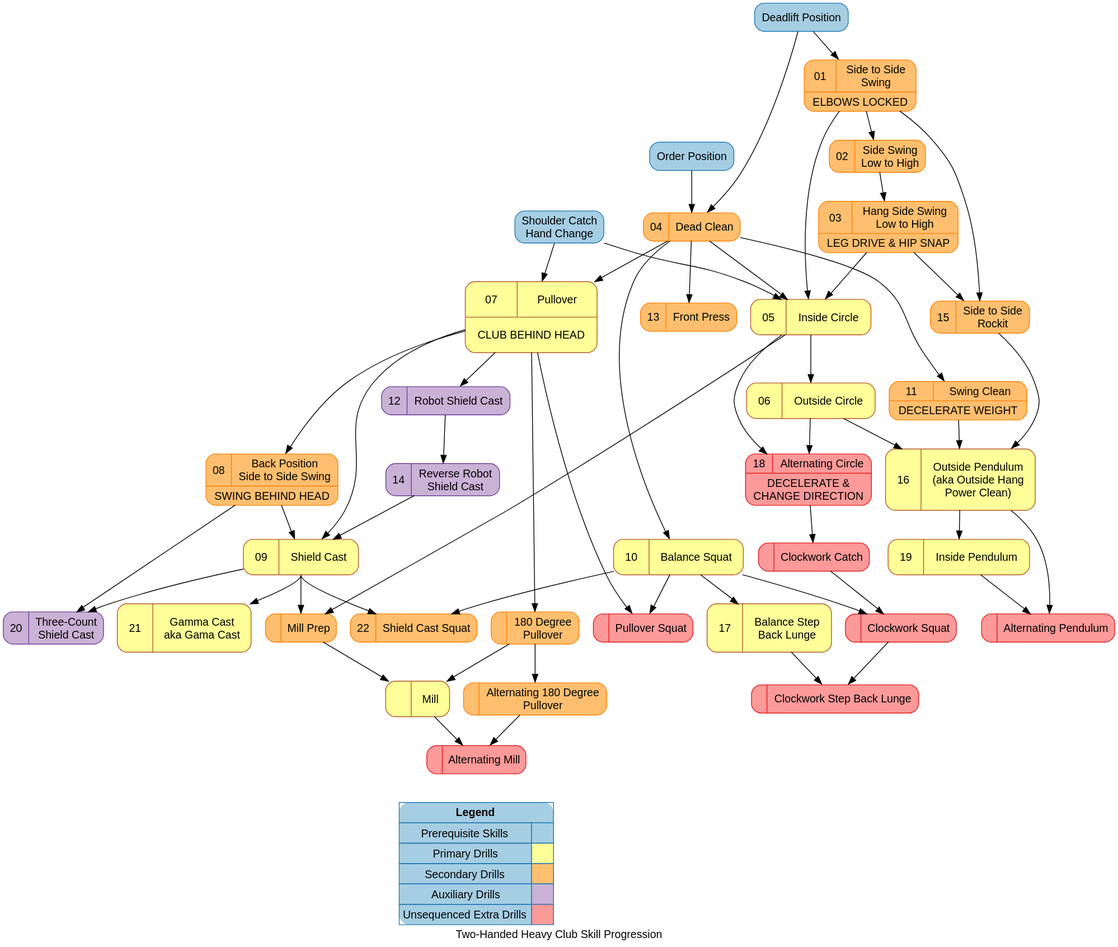
The PlantUML diagram dist/hc_2h_progression_1.svg in dznz/wildman-skill-trees, before a commit. Its source is kept beside it as src/hc/hc_2h_progression_1.puml.
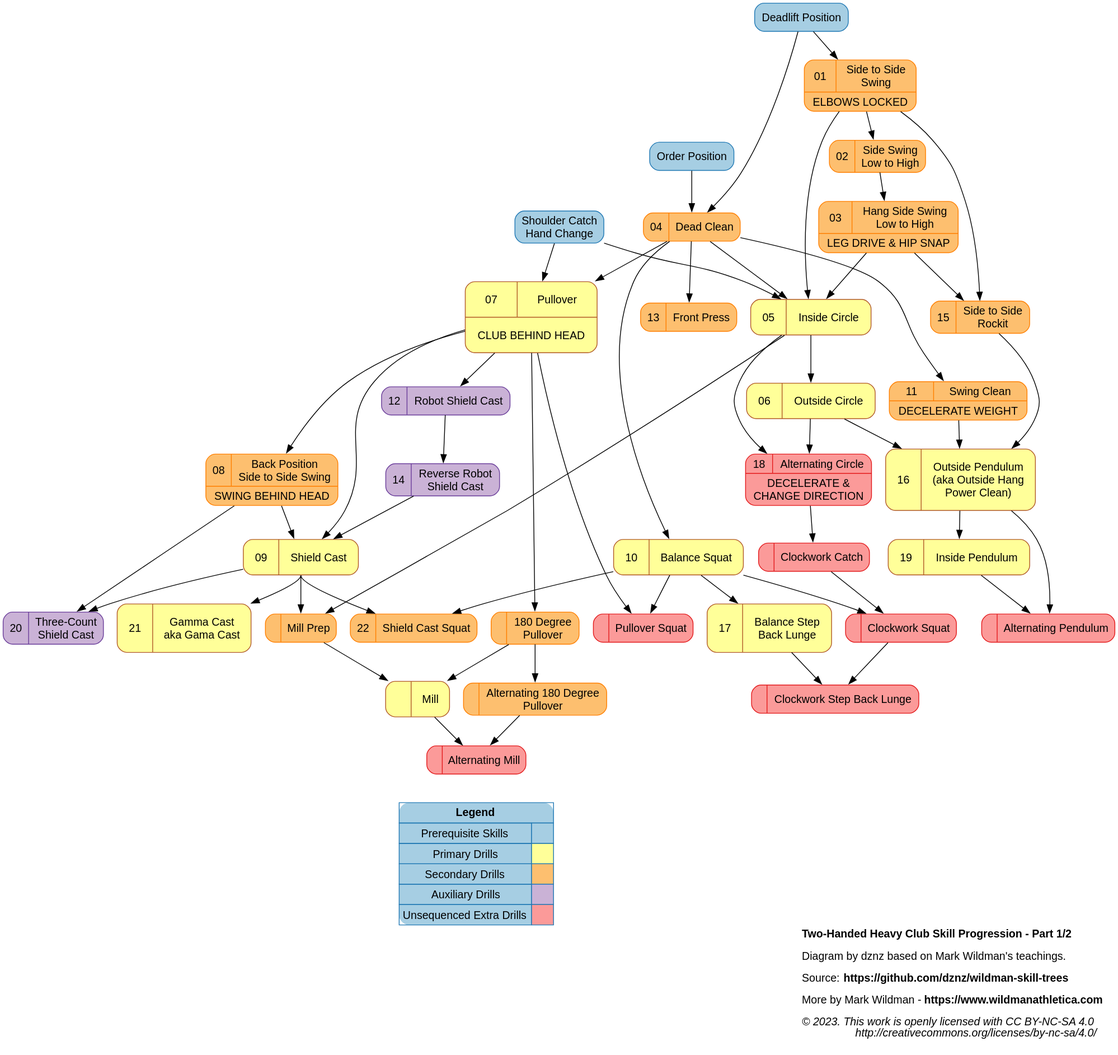
The same file after the commit.

Commit message:
docs(hc_2h_progression): Title with license

Diff of the diagram source:
```diff
@@ -1,11 +1,19 @@
 @startdot
 digraph HC2H {
-  // Two-Handed Heavy Club Skill Progression Diagram © 2023
-  // by dznz using knowledge from Mark Wildman is licensed
-  // under CC BY-NC-SA 4.0
-  // http://creativecommons.org/licenses/by-nc-sa/4.0/
-  label="Two-Handed Heavy Club Skill Progression"
-  fontname="Helvetica,Arial,sans-serif"
+
+  label=<
+<B>Two-Handed Heavy Club Skill Progression - Part 1/2</B><BR ALIGN="LEFT"/><BR ALIGN="LEFT"/>
+Diagram by dznz based on Mark Wildman's teachings.<BR ALIGN="LEFT"/><BR ALIGN="LEFT"/>
+Source: <B>https://github.com/dznz/wildman-skill-trees</B><BR ALIGN="LEFT"/><BR ALIGN="LEFT"/>
+More by Mark Wildman - <B>https://www.wildmanathletica.com</B><BR ALIGN="LEFT"/><BR ALIGN="LEFT"/>
+<I>
+© 2023. This work is openly licensed with CC BY-NC-SA 4.0<BR ALIGN="RIGHT"/>
+http://creativecommons.org/licenses/by-nc-sa/4.0/<BR ALIGN="RIGHT"/>
+</I>
+  >
+  graph [labeljust=r]
+  graph [fontname="Helvetica,Arial,sans-serif"]
+
   node [colorscheme="paired12"]
   node [fontname="Helvetica,Arial,sans-serif"]
   node [shape=record,style="rounded,filled"]
```
